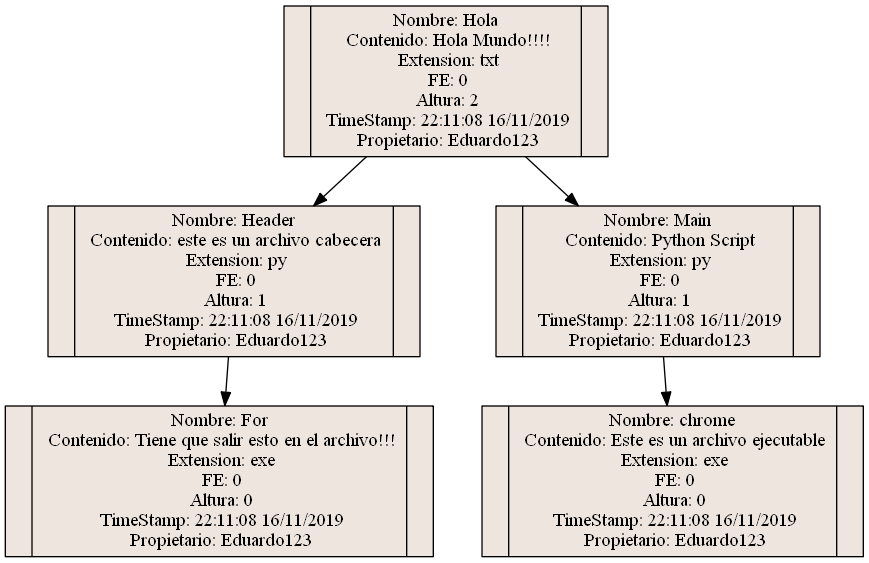
Earlier version of the Graphviz export Proyecto2/Avl.png (Eduardo01004/EDD_2S2019_PY2_201612124). Its source is kept beside it as Proyecto2/Avl.dot.
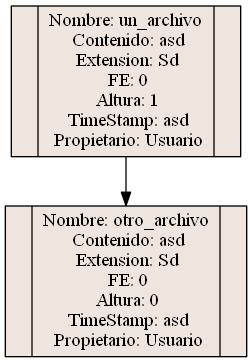
After the change.

The edit, as a diff of the source:
```diff
@@ -4,13 +4,7 @@
 
 node [shape=record, style=filled,fillcolor=seashell2,width=0.7,height=0.2];
 
-For[label="<C0>|Nombre: For&#92;n Contenido: Tiene que salir esto en el archivo!!!&#92;n Extension: exe&#92;n FE: 0&#92;n Altura: 0&#92;n TimeStamp: 22:11:08 16/11/2019&#92;n Propietario: Eduardo123|<C1>"];
-Header[label="<C0>|Nombre: Header&#92;n Contenido: este es un archivo cabecera&#92;n Extension: py&#92;n FE: 0&#92;n Altura: 1&#92;n TimeStamp: 22:11:08 16/11/2019&#92;n Propietario: Eduardo123|<C1>"];
-Header->For
-Hola[label="<C0>|Nombre: Hola&#92;n Contenido: Hola Mundo!!!!&#92;n Extension: txt&#92;n FE: 0&#92;n Altura: 2&#92;n TimeStamp: 22:11:08 16/11/2019&#92;n Propietario: Eduardo123|<C1>"];
-Hola->Main
-Hola->Header
-Main[label="<C0>|Nombre: Main&#92;n Contenido: Python Script&#92;n Extension: py&#92;n FE: 0&#92;n Altura: 1&#92;n TimeStamp: 22:11:08 16/11/2019&#92;n Propietario: Eduardo123|<C1>"];
-Main->chrome
-chrome[label="<C0>|Nombre: chrome&#92;n Contenido: Este es un archivo ejecutable&#92;n Extension: exe&#92;n FE: 0&#92;n Altura: 0&#92;n TimeStamp: 22:11:08 16/11/2019&#92;n Propietario: Eduardo123|<C1>"];
+otro_archivo[label="<C0>|Nombre: otro_archivo&#92;n Contenido: asd&#92;n Extension: Sd&#92;n FE: 0&#92;n Altura: 0&#92;n TimeStamp: asd&#92;n Propietario: Usuario|<C1>"];
+un_archivo[label="<C0>|Nombre: un_archivo&#92;n Contenido: asd&#92;n Extension: Sd&#92;n FE: 0&#92;n Altura: 1&#92;n TimeStamp: asd&#92;n Propietario: Usuario|<C1>"];
+un_archivo->otro_archivo
 }
```
